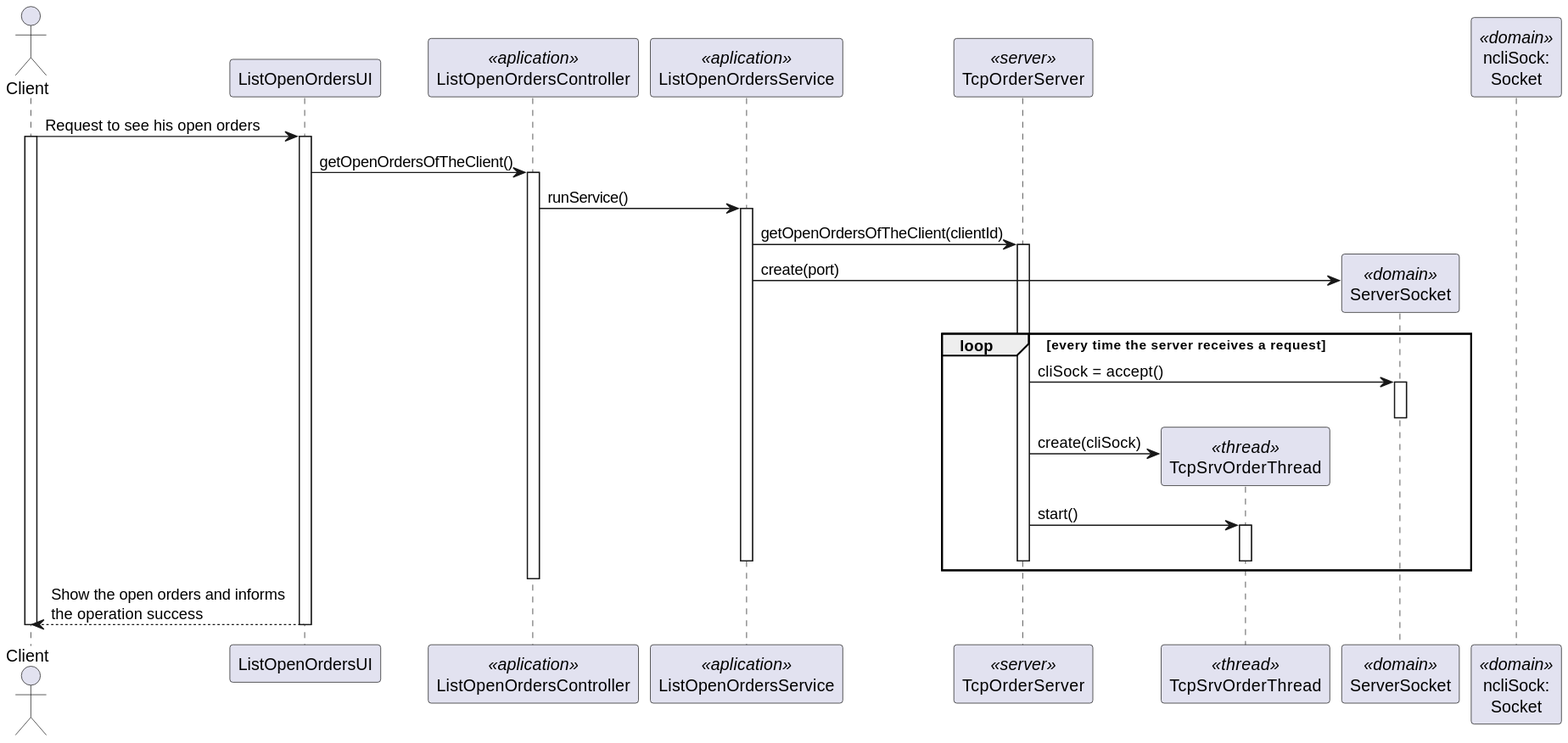
Before: docs/1201382/US1502/US1502_SD.svg, a diagram exported from PlantUML (0franciscor/lei21_22_s4_2de_01).
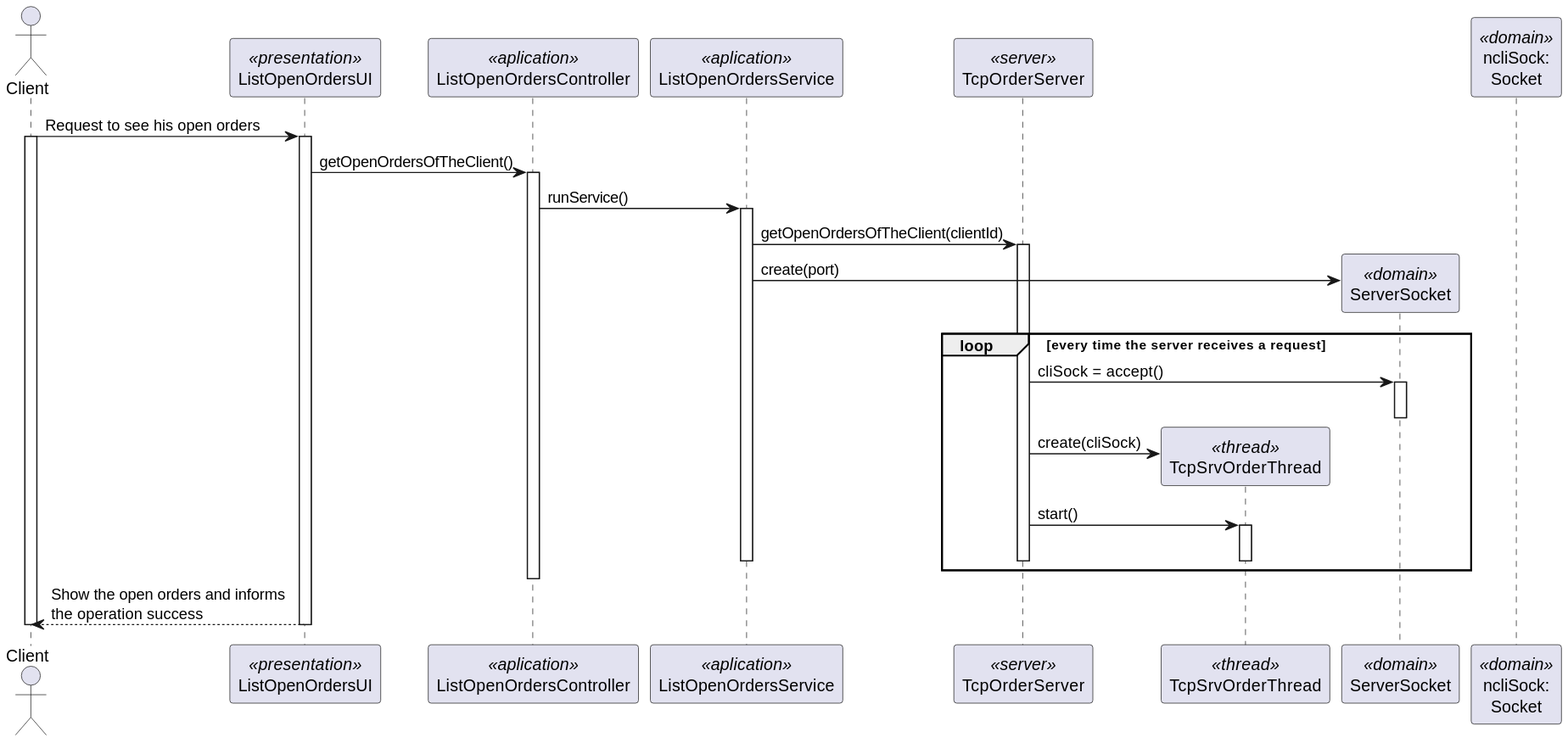
Above is the later version.

Commit message:
#33 - Some changes in Sequence Diagram of US1502

Change to the diagram source:
```diff
@@ -1,7 +1,7 @@
 @startuml
 
 actor "Client" as EMPLOYEE
-participant ListOpenOrdersUI as UI
+participant ListOpenOrdersUI as UI <<presentation>>
 participant ListOpenOrdersController as CT <<aplication>>
 participant ListOpenOrdersService as SV <<aplication>>
 participant TcpOrderServer as SRV <<server>>
```
